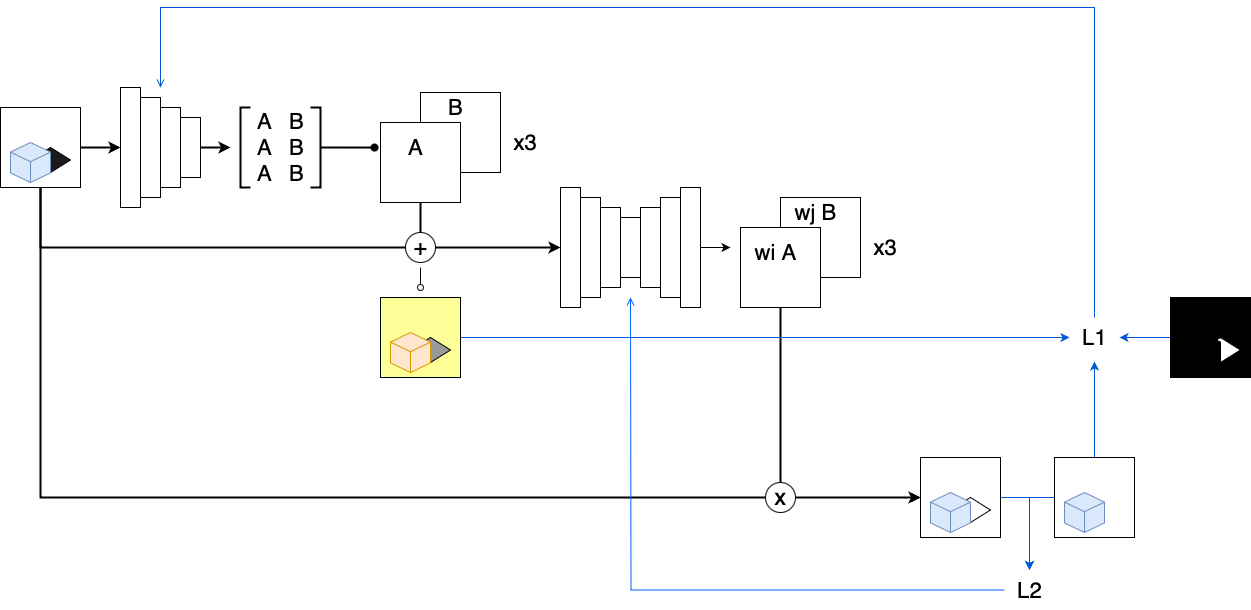
The draw.io diagram IMG/schema.png in VHaardt/GL-OBI_Shadow-Removal, before a commit. Source tidied: cells renumbered, new cells last; positions are measured from the earlier drawing's top-left corner, leaving out a move shared by most shapes.
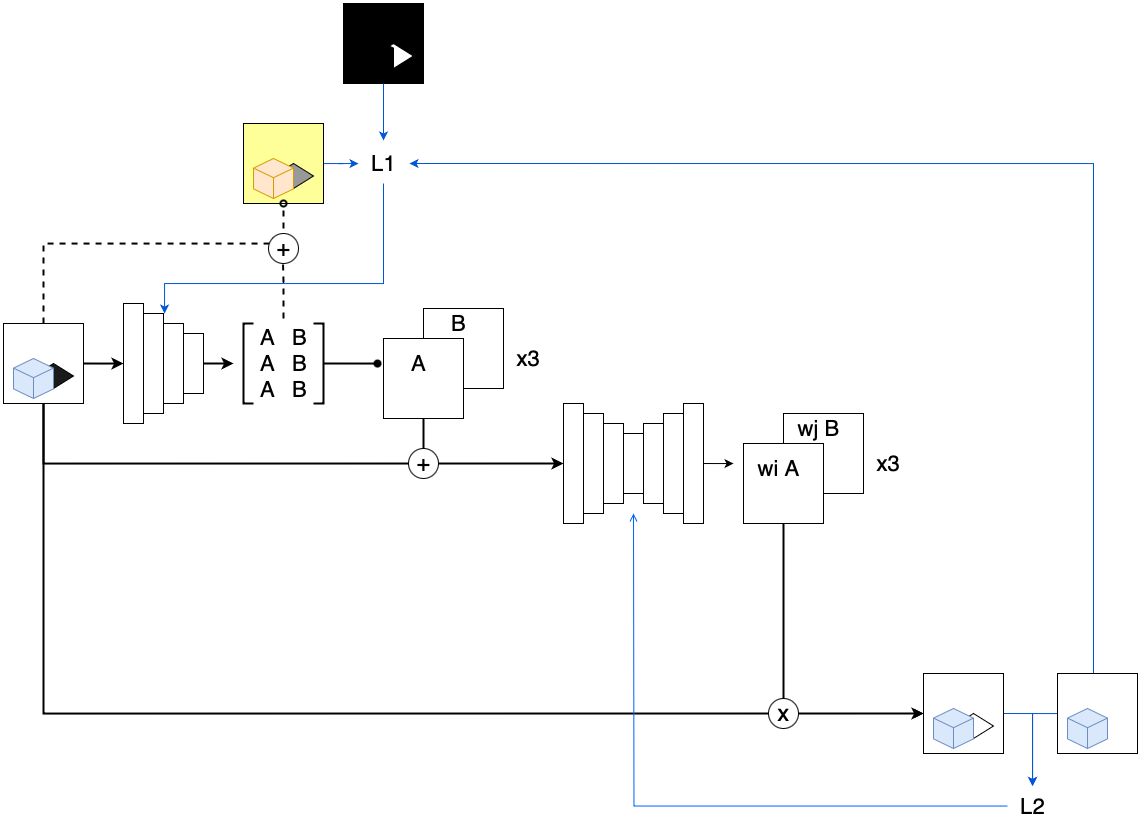
After the commit.

What changed in the source:
```diff
@@ -17,6 +17,15 @@
     <mxCell id="4" style="edgeStyle=orthogonalEdgeStyle;rounded=0;jettySize=auto;html=1;entryX=0;entryY=0.5;entryDx=0;entryDy=0;" parent="1" edge="1" source="58" target="50">
       <mxGeometry relative="1" as="geometry" />
     </mxCell>
+    <mxCell id="68" style="edgeStyle=orthogonalEdgeStyle;rounded=0;jettySize=auto;html=1;strokeWidth=2;dashed=1;" parent="1" edge="1" source="5">
+      <mxGeometry relative="1" as="geometry">
+        <mxPoint x="280" y="20" as="targetPoint" />
+        <Array as="points">
+          <mxPoint x="40" y="20" />
+          <mxPoint x="281" y="20" />
+        </Array>
+      </mxGeometry>
+    </mxCell>
     <mxCell id="5" style="whiteSpace=wrap;html=1;" parent="1" vertex="1">
       <mxGeometry y="100" width="80" height="80" as="geometry" />
     </mxCell>
@@ -101,14 +110,14 @@
     <mxCell id="30" style="edgeStyle=orthogonalEdgeStyle;rounded=0;jettySize=auto;html=1;exitX=0;exitY=0.5;exitDx=0;exitDy=0;exitPerimeter=0;entryX=-0.075;entryY=0.313;entryDx=0;entryDy=0;entryPerimeter=0;endArrow=oval;endFill=1;strokeWidth=2;" parent="1" edge="1" source="27" target="14">
       <mxGeometry relative="1" as="geometry" />
     </mxCell>
-    <mxCell id="31" style="edgeStyle=orthogonalEdgeStyle;rounded=0;jettySize=auto;html=1;endArrow=oval;endFill=0;" parent="1" edge="1" source="32">
-      <mxGeometry relative="1" as="geometry">
-        <mxPoint x="420" y="280" as="targetPoint" />
-      </mxGeometry>
-    </mxCell>
     <mxCell id="32" value="&lt;font style=&quot;font-size: 23px;&quot;&gt;+&lt;/font&gt;" style="text;html=1;align=center;verticalAlign=middle;points=[];strokeColor=none;fillColor=none;" parent="1" vertex="1">
       <mxGeometry x="400" y="220" width="40" height="40" as="geometry" />
     </mxCell>
+    <mxCell id="69" style="edgeStyle=orthogonalEdgeStyle;rounded=0;jettySize=auto;html=1;strokeWidth=2;dashed=1;" parent="1" edge="1" source="33">
+      <mxGeometry relative="1" as="geometry">
+        <mxPoint x="279" y="21" as="targetPoint" />
+      </mxGeometry>
+    </mxCell>
     <mxCell id="33" value="&lt;font style=&quot;font-size: 22px;&quot;&gt;A &amp;nbsp; B&lt;/font&gt;&lt;div&gt;&lt;span style=&quot;font-size: 22px;&quot;&gt;A &amp;nbsp; B&lt;/span&gt;&lt;/div&gt;&lt;div&gt;&lt;span style=&quot;font-size: 22px;&quot;&gt;&amp;nbsp;A &amp;nbsp; B&amp;nbsp;&lt;/span&gt;&lt;/div&gt;" style="text;html=1;align=center;verticalAlign=middle;points=[];strokeColor=none;fillColor=none;" parent="1" vertex="1">
       <mxGeometry x="240" y="95" width="80" height="90" as="geometry" />
     </mxCell>
@@ -149,13 +158,13 @@
       <mxGeometry relative="1" as="geometry" />
     </mxCell>
     <mxCell id="46" style="whiteSpace=wrap;html=1;fillColor=#FFFF99;" parent="1" vertex="1">
-      <mxGeometry x="380" y="290" width="80" height="80" as="geometry" />
+      <mxGeometry x="240" y="-100" width="80" height="80" as="geometry" />
     </mxCell>
     <mxCell id="47" style="rhombus;whiteSpace=wrap;html=1;fillColor=#999999;" parent="1" vertex="1">
-      <mxGeometry x="410" y="330" width="40" height="25" as="geometry" />
+      <mxGeometry x="270" y="-60" width="40" height="25" as="geometry" />
     </mxCell>
     <mxCell id="48" style="html=1;whiteSpace=wrap;shape=isoCube2;backgroundOutline=1;isoAngle=15;fillColor=#ffe6cc;strokeColor=#d79b00;" parent="1" vertex="1">
-      <mxGeometry x="390" y="325" width="40" height="40" as="geometry" />
+      <mxGeometry x="250" y="-65" width="40" height="40" as="geometry" />
     </mxCell>
     <mxCell id="49" style="edgeStyle=orthogonalEdgeStyle;rounded=0;jettySize=auto;html=1;exitX=1;exitY=0.5;exitDx=0;exitDy=0;strokeColor=#0056d6;" parent="1" edge="1" source="50" target="61">
       <mxGeometry relative="1" as="geometry" />
@@ -176,8 +185,12 @@
         </Array>
       </mxGeometry>
     </mxCell>
-    <mxCell id="54" style="edgeStyle=orthogonalEdgeStyle;rounded=0;jettySize=auto;html=1;entryX=0.5;entryY=1.1;entryDx=0;entryDy=0;entryPerimeter=0;strokeColor=#0056d6;" parent="1" edge="1" source="55" target="63">
-      <mxGeometry relative="1" as="geometry" />
+    <mxCell id="54" style="edgeStyle=orthogonalEdgeStyle;rounded=0;jettySize=auto;html=1;entryX=1.02;entryY=0.5;entryDx=0;entryDy=0;entryPerimeter=0;strokeColor=#0056d6;" parent="1" edge="1" source="55" target="63">
+      <mxGeometry relative="1" as="geometry">
+        <Array as="points">
+          <mxPoint x="1090" y="-60" />
+        </Array>
+      </mxGeometry>
     </mxCell>
     <mxCell id="55" style="whiteSpace=wrap;html=1;" parent="1" vertex="1">
       <mxGeometry x="1054" y="450" width="80" height="80" as="geometry" />
@@ -206,29 +219,40 @@
     <mxCell id="61" value="&lt;font style=&quot;font-size: 22px;&quot;&gt;L2&lt;/font&gt;" style="text;html=1;align=center;verticalAlign=middle;points=[];strokeColor=none;fillColor=none;" parent="1" vertex="1">
       <mxGeometry x="1004" y="562.5" width="50" height="40" as="geometry" />
     </mxCell>
-    <mxCell id="62" style="edgeStyle=orthogonalEdgeStyle;rounded=0;jettySize=auto;html=1;strokeColor=#0056d6;endArrow=open;endFill=0;" parent="1" edge="1" source="63">
-      <mxGeometry relative="1" as="geometry">
-        <mxPoint x="160" y="80" as="targetPoint" />
-        <Array as="points">
-          <mxPoint x="1094" />
-          <mxPoint x="160" />
-        </Array>
-      </mxGeometry>
-    </mxCell>
+    <mxCell id="70" style="edgeStyle=orthogonalEdgeStyle;rounded=0;jettySize=auto;html=1;strokeColor=#0056d6;" parent="1" edge="1" source="63">
+      <mxGeometry relative="1" as="geometry">
+        <mxPoint x="160" y="90" as="targetPoint" />
+        <Array as="points">
+          <mxPoint x="380" y="60" />
+          <mxPoint x="161" y="60" />
+        </Array>
+      </mxGeometry>
+    </mxCell>
     <mxCell id="63" value="&lt;font style=&quot;font-size: 22px;&quot;&gt;L1&lt;/font&gt;" style="text;html=1;align=center;verticalAlign=middle;points=[];strokeColor=none;fillColor=none;" parent="1" vertex="1">
-      <mxGeometry x="1069" y="310" width="50" height="40" as="geometry" />
+      <mxGeometry x="355" y="-80" width="50" height="40" as="geometry" />
     </mxCell>
-    <mxCell id="64" style="edgeStyle=orthogonalEdgeStyle;rounded=0;jettySize=auto;html=1;strokeColor=#0056d6;" parent="1" edge="1" source="65" target="63">
-      <mxGeometry relative="1" as="geometry" />
-    </mxCell>
     <mxCell id="65" style="whiteSpace=wrap;html=1;fillColor=#000000;" parent="1" vertex="1">
-      <mxGeometry x="1170" y="290" width="80" height="80" as="geometry" />
+      <mxGeometry x="340" y="-220" width="80" height="80" as="geometry" />
     </mxCell>
     <mxCell id="66" style="rhombus;whiteSpace=wrap;html=1;" parent="1" vertex="1">
-      <mxGeometry x="1200" y="330" width="40" height="25" as="geometry" />
+      <mxGeometry x="370" y="-180" width="40" height="25" as="geometry" />
     </mxCell>
     <mxCell id="67" style="html=1;whiteSpace=wrap;shape=isoCube2;backgroundOutline=1;isoAngle=15;fillColor=#000000;strokeColor=#000000;" parent="1" vertex="1">
-      <mxGeometry x="1180" y="325" width="40" height="40" as="geometry" />
+      <mxGeometry x="350" y="-185" width="40" height="40" as="geometry" />
     </mxCell>
+    <mxCell id="71" style="ellipse;whiteSpace=wrap;html=1;" parent="1" vertex="1">
+      <mxGeometry x="265" y="10" width="30" height="30" as="geometry" />
+    </mxCell>
+    <mxCell id="72" style="edgeStyle=orthogonalEdgeStyle;rounded=0;jettySize=auto;html=1;endArrow=oval;endFill=0;strokeWidth=2;dashed=1;" parent="1" edge="1" source="73">
+      <mxGeometry relative="1" as="geometry">
+        <mxPoint x="280" y="-20" as="targetPoint" />
+      </mxGeometry>
+    </mxCell>
+    <mxCell id="73" value="&lt;font style=&quot;font-size: 23px;&quot;&gt;+&lt;/font&gt;" style="text;html=1;align=center;verticalAlign=middle;points=[];strokeColor=none;fillColor=none;" parent="1" vertex="1">
+      <mxGeometry x="260" y="5" width="40" height="40" as="geometry" />
+    </mxCell>
+    <mxCell id="64" style="edgeStyle=orthogonalEdgeStyle;rounded=0;jettySize=auto;html=1;entryX=0.5;entryY=-0.075;entryDx=0;entryDy=0;entryPerimeter=0;strokeColor=#0056d6;" parent="1" edge="1" source="65" target="63">
+      <mxGeometry relative="1" as="geometry" />
+    </mxCell>
   </root>
 </mxGraphModel>
```
